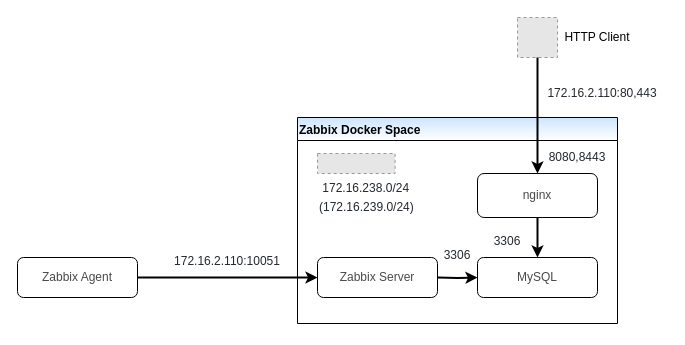
This is page "zabbix" (18 of 19) of Developer's Guide/MataElang Services.drawio from mata-elang-stable/DevelopersGuide, a draw.io file, before an edit. Source tidied: cells renumbered, new cells numbered last; positions are measured from the earlier drawing's top-left corner, leaving out a move shared by most shapes. Both pictures are drawn from the tidied source at 100%, with x=0, y=0 at pixel (17, 17). Pictures stored in the file or linked from it are replaced by grey dashed boxes.
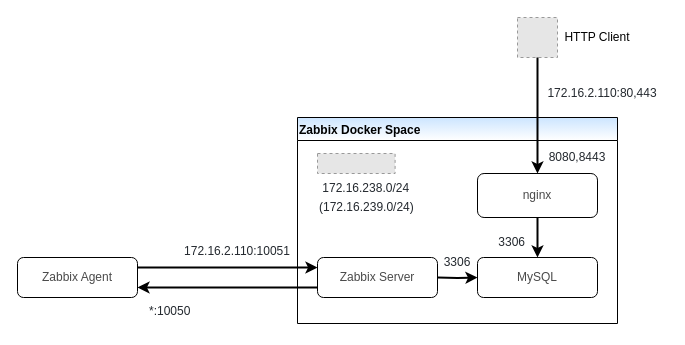
Above is the later version.

Commit message:
Add Sensor diagram

Unchanged cells that the change refers to:
```xml
<mxCell id="2" value="&lt;span style=&quot;background-color: rgb(255 , 255 , 255)&quot;&gt;&lt;font color=&quot;#4a4a4a&quot;&gt;Zabbix Agent&lt;/font&gt;&lt;br&gt;&lt;/span&gt;" style="rounded=1;whiteSpace=wrap;html=1;fontSize=12;glass=0;strokeWidth=1;shadow=0;" parent="1" vertex="1">
  <mxGeometry y="240" width="120" height="40" as="geometry" />
</mxCell>
<mxCell id="6" value="Zabbix Docker Space" style="swimlane;strokeColor=default;fillColor=#CCE5FF;align=left;gradientColor=#ffffff;swimlaneFillColor=none;" parent="1" vertex="1">
  <mxGeometry x="280" y="100" width="320" height="206" as="geometry" />
</mxCell>
<mxCell id="10" value="&lt;span style=&quot;background-color: rgb(255 , 255 , 255)&quot;&gt;&lt;font color=&quot;#4a4a4a&quot;&gt;Zabbix Server&lt;/font&gt;&lt;br&gt;&lt;/span&gt;" style="rounded=1;whiteSpace=wrap;html=1;fontSize=12;glass=0;strokeWidth=1;shadow=0;" parent="6" vertex="1">
  <mxGeometry x="20" y="140" width="120" height="40" as="geometry" />
</mxCell>
```

Diff of the diagram source:
```diff
@@
-    <mxCell id="14" value="&lt;font color=&quot;#24292f&quot;&gt;3306&lt;/font&gt;" style="text;whiteSpace=wrap;html=1;align=center;" parent="6" vertex="1">
+    <mxCell id="14" value="&lt;font color=&quot;#24292f&quot;&gt;3306&lt;/font&gt;" style="text;whiteSpace=wrap;html=1;align=right;verticalAlign=middle;" parent="6" vertex="1">
       <mxGeometry x="190" y="110" width="40" height="30" as="geometry" />
     </mxCell>
@@
-    <mxCell id="16" value="&lt;font color=&quot;#24292f&quot;&gt;3306&lt;/font&gt;" style="text;whiteSpace=wrap;html=1;align=center;" parent="6" vertex="1">
+    <mxCell id="16" value="&lt;font color=&quot;#24292f&quot;&gt;3306&lt;/font&gt;" style="text;whiteSpace=wrap;html=1;align=center;verticalAlign=bottom;" parent="6" vertex="1">
       <mxGeometry x="140" y="124" width="40" height="30" as="geometry" />
     </mxCell>
@@
     <mxCell id="19" value="&lt;span style=&quot;color: rgb(36 , 41 , 47) ; background-color: rgb(255 , 255 , 255)&quot;&gt;&lt;font style=&quot;font-size: 12px&quot;&gt;172.16.2.110:10051&lt;/font&gt;&lt;/span&gt;" style="text;whiteSpace=wrap;html=1;align=center;" parent="1" vertex="1">
-      <mxGeometry x="150" y="230" width="120" height="30" as="geometry" />
+      <mxGeometry x="160" y="220" width="120" height="30" as="geometry" />
     </mxCell>
@@
-    <mxCell id="21" style="endArrow=none;html=1;rounded=0;strokeWidth=2;edgeStyle=orthogonalEdgeStyle;startArrow=classic;startFill=1;endFill=0;entryX=1;entryY=0.5;entryDx=0;entryDy=0;exitX=0;exitY=0.5;exitDx=0;exitDy=0;" parent="1" edge="1" source="10" target="2">
-      <mxGeometry x="-290" y="-388" as="geometry" />
+    <mxCell id="21" style="endArrow=none;html=1;rounded=0;strokeWidth=2;edgeStyle=orthogonalEdgeStyle;startArrow=classic;startFill=1;endFill=0;exitX=0;exitY=0.25;exitDx=0;exitDy=0;" parent="1" edge="1" source="10">
+      <mxGeometry x="-290" y="-388" as="geometry">
+        <mxPoint x="120" y="250" as="targetPoint" />
+        <Array as="points">
+          <mxPoint x="120" y="250" />
+        </Array>
+      </mxGeometry>
     </mxCell>
+    <mxCell id="22" style="endArrow=none;html=1;rounded=0;strokeWidth=2;startArrow=classic;startFill=1;endFill=0;exitX=1;exitY=0.75;exitDx=0;exitDy=0;entryX=0;entryY=0.75;entryDx=0;entryDy=0;" parent="1" edge="1" source="2" target="10">
+      <mxGeometry x="-280" y="-378" as="geometry" />
+    </mxCell>
+    <mxCell id="23" value="&lt;span style=&quot;color: rgb(36 , 41 , 47) ; background-color: rgb(255 , 255 , 255)&quot;&gt;&lt;font style=&quot;font-size: 12px&quot;&gt;*:10050&lt;/font&gt;&lt;/span&gt;" style="text;whiteSpace=wrap;html=1;align=left;" parent="1" vertex="1">
+      <mxGeometry x="130" y="280" width="60" height="30" as="geometry" />
+    </mxCell>
```
